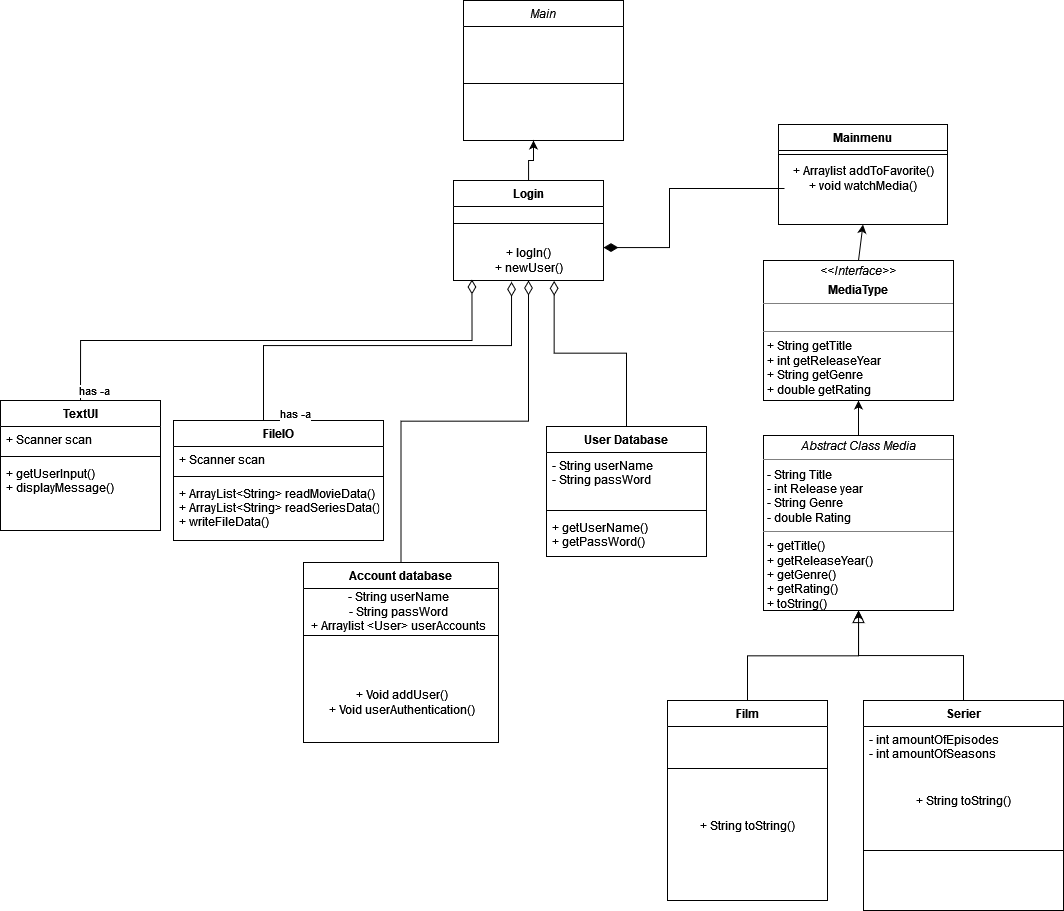
Before: src/Diagrams/Unavngivet diagram.drawio.png, a diagram exported from draw.io (havvand/SP_3). Source tidied: cells renumbered, new cells last; positions are measured from the earlier drawing's top-left corner, leaving out a move shared by most shapes. The source it was exported from:
```xml
<mxGraphModel>
  <root>
    <mxCell id="0" />
    <mxCell id="1" parent="0" />
    <mxCell id="2" value="Main" style="swimlane;fontStyle=2;align=center;verticalAlign=top;horizontal=1;startSize=26;rounded=0;shadow=0;strokeWidth=1;" parent="1" vertex="1">
      <mxGeometry x="463" width="160" height="140" as="geometry" />
    </mxCell>
    <mxCell id="3" style="line;html=1;strokeWidth=1;align=left;verticalAlign=middle;spacingTop=-1;spacingLeft=3;spacingRight=3;labelPosition=right;" parent="2" vertex="1">
      <mxGeometry y="26" width="160" height="114" as="geometry" />
    </mxCell>
    <mxCell id="4" value="Account database" style="swimlane;fontStyle=1;align=center;verticalAlign=top;horizontal=1;startSize=26;rounded=0;shadow=0;strokeWidth=1;" parent="1" vertex="1">
      <mxGeometry x="303" y="562" width="195" height="180" as="geometry" />
    </mxCell>
    <mxCell id="5" style="line;html=1;strokeWidth=1;align=left;verticalAlign=middle;spacingTop=-1;spacingLeft=3;spacingRight=3;labelPosition=right;" parent="4" vertex="1">
      <mxGeometry y="26" width="195" height="94" as="geometry" />
    </mxCell>
    <mxCell id="6" value="+ Void addUser()&lt;div&gt;+ Void userAuthentication()&lt;br&gt;&lt;/div&gt;" style="text;html=1;align=center;verticalAlign=middle;strokeColor=none;fillColor=none;" parent="4" vertex="1">
      <mxGeometry y="120" width="195" height="40" as="geometry" />
    </mxCell>
    <mxCell id="7" style="endArrow=diamondThin;endSize=12;endFill=0;shadow=0;strokeWidth=1;rounded=0;edgeStyle=elbowEdgeStyle;elbow=vertical;entryX=0.5;entryY=1;entryDx=0;entryDy=0;" parent="1" edge="1" source="4" target="17">
      <mxGeometry relative="1" as="geometry" />
    </mxCell>
    <mxCell id="8" value="Film&#10;" style="swimlane;fontStyle=1;align=center;verticalAlign=top;horizontal=1;startSize=26;rounded=0;shadow=0;strokeWidth=1;" parent="1" vertex="1">
      <mxGeometry x="667" y="700" width="160" height="200" as="geometry" />
    </mxCell>
    <mxCell id="9" style="line;html=1;strokeWidth=1;align=left;verticalAlign=middle;spacingTop=-1;spacingLeft=3;spacingRight=3;labelPosition=right;" parent="8" vertex="1">
      <mxGeometry y="26" width="160" height="84" as="geometry" />
    </mxCell>
    <mxCell id="10" value="+ String toString()" style="text;html=1;align=center;verticalAlign=middle;strokeColor=none;fillColor=none;" parent="8" vertex="1">
      <mxGeometry y="110" width="160" height="30" as="geometry" />
    </mxCell>
    <mxCell id="11" style="endArrow=block;endSize=10;endFill=0;shadow=0;strokeWidth=1;rounded=0;edgeStyle=elbowEdgeStyle;elbow=vertical;entryX=0.5;entryY=1;entryDx=0;entryDy=0;" parent="1" edge="1" source="8" target="34">
      <mxGeometry relative="1" as="geometry" />
    </mxCell>
    <mxCell id="12" style="edgeStyle=orthogonalEdgeStyle;rounded=0;jettySize=auto;html=1;" parent="1" edge="1" source="13" target="34">
      <mxGeometry relative="1" as="geometry" />
    </mxCell>
    <mxCell id="13" value="Serier" style="swimlane;fontStyle=1;align=center;verticalAlign=top;horizontal=1;startSize=26;rounded=0;shadow=0;strokeWidth=1;" parent="1" vertex="1">
      <mxGeometry x="863" y="700" width="200" height="210" as="geometry" />
    </mxCell>
    <mxCell id="14" value="- int amountOfEpisodes&#10;- int amountOfSeasons&#10;" style="text;align=left;verticalAlign=top;spacingLeft=4;spacingRight=4;overflow=hidden;" parent="13" vertex="1">
      <mxGeometry y="26" width="200" height="64" as="geometry" />
    </mxCell>
    <mxCell id="15" style="line;html=1;strokeWidth=1;align=left;verticalAlign=middle;spacingTop=-1;spacingLeft=3;spacingRight=3;labelPosition=right;" parent="13" vertex="1">
      <mxGeometry y="90" width="200" height="120" as="geometry" />
    </mxCell>
    <mxCell id="16" style="edgeStyle=orthogonalEdgeStyle;rounded=0;jettySize=auto;html=1;" parent="1" edge="1" source="17">
      <mxGeometry relative="1" as="geometry">
        <mxPoint x="533" y="140" as="targetPoint" />
      </mxGeometry>
    </mxCell>
    <mxCell id="17" value="Login" style="swimlane;fontStyle=1;align=center;verticalAlign=top;horizontal=1;startSize=26;rounded=0;shadow=0;strokeWidth=1;" parent="1" vertex="1">
      <mxGeometry x="453" y="180" width="150" height="100" as="geometry" />
    </mxCell>
    <mxCell id="18" style="line;html=1;strokeWidth=1;align=left;verticalAlign=middle;spacingTop=-1;spacingLeft=3;spacingRight=3;labelPosition=right;" parent="17" vertex="1">
      <mxGeometry y="26" width="150" height="34" as="geometry" />
    </mxCell>
    <mxCell id="19" value="&lt;div&gt;+ logIn()&lt;br&gt;&lt;/div&gt;&lt;div&gt;+ newUser()&lt;/div&gt;" style="text;html=1;align=center;verticalAlign=middle;points=[];strokeColor=none;fillColor=none;" parent="17" vertex="1">
      <mxGeometry y="60" width="150" height="40" as="geometry" />
    </mxCell>
    <mxCell id="20" style="edgeStyle=orthogonalEdgeStyle;rounded=0;orthogonalLoop=1;jettySize=auto;html=1;endArrow=diamondThin;endFill=1;endSize=12;" parent="1" edge="1">
      <mxGeometry relative="1" as="geometry">
        <mxPoint x="784" y="188" as="sourcePoint" />
        <mxPoint x="603" y="247" as="targetPoint" />
        <Array as="points">
          <mxPoint x="669" y="188" />
          <mxPoint x="669" y="247" />
          <mxPoint x="603" y="247" />
        </Array>
      </mxGeometry>
    </mxCell>
    <mxCell id="21" value="Mainmenu" style="swimlane;fontStyle=1;align=center;verticalAlign=top;horizontal=1;startSize=26;rounded=0;shadow=0;strokeWidth=1;" parent="1" vertex="1">
      <mxGeometry x="778" y="124" width="169" height="100" as="geometry" />
    </mxCell>
    <mxCell id="22" style="line;html=1;strokeWidth=1;align=left;verticalAlign=middle;spacingTop=-1;spacingLeft=3;spacingRight=3;labelPosition=right;" parent="21" vertex="1">
      <mxGeometry y="26" width="169" height="8" as="geometry" />
    </mxCell>
    <mxCell id="23" value="&lt;div&gt;+ Arraylist addToFavorite()&lt;/div&gt;&lt;div&gt;+ void watchMedia()&lt;br&gt;&lt;/div&gt;" style="text;html=1;align=center;verticalAlign=middle;strokeColor=none;fillColor=none;" parent="21" vertex="1">
      <mxGeometry y="34" width="169" height="40" as="geometry" />
    </mxCell>
    <mxCell id="24" value="TextUI" style="swimlane;fontStyle=1;align=center;verticalAlign=top;horizontal=1;startSize=26;" parent="1" vertex="1">
      <mxGeometry y="400" width="160" height="130" as="geometry" />
    </mxCell>
    <mxCell id="25" value="+ Scanner scan" style="text;strokeColor=none;fillColor=none;align=left;verticalAlign=top;spacingLeft=4;spacingRight=4;overflow=hidden;" parent="24" vertex="1">
      <mxGeometry y="26" width="160" height="26" as="geometry" />
    </mxCell>
    <mxCell id="26" style="line;strokeWidth=1;fillColor=none;align=left;verticalAlign=middle;spacingTop=-1;spacingLeft=3;spacingRight=3;labelPosition=right;strokeColor=inherit;" parent="24" vertex="1">
      <mxGeometry y="52" width="160" height="8" as="geometry" />
    </mxCell>
    <mxCell id="27" value="+ getUserInput()&#10;+ displayMessage()" style="text;strokeColor=none;fillColor=none;align=left;verticalAlign=top;spacingLeft=4;spacingRight=4;overflow=hidden;" parent="24" vertex="1">
      <mxGeometry y="60" width="160" height="70" as="geometry" />
    </mxCell>
    <mxCell id="28" value="FileIO" style="swimlane;fontStyle=1;align=center;verticalAlign=top;horizontal=1;startSize=26;" parent="1" vertex="1">
      <mxGeometry x="173" y="420" width="210" height="120" as="geometry" />
    </mxCell>
    <mxCell id="29" value="+ Scanner scan" style="text;strokeColor=none;fillColor=none;align=left;verticalAlign=top;spacingLeft=4;spacingRight=4;overflow=hidden;" parent="28" vertex="1">
      <mxGeometry y="26" width="210" height="26" as="geometry" />
    </mxCell>
    <mxCell id="30" style="line;strokeWidth=1;fillColor=none;align=left;verticalAlign=middle;spacingTop=-1;spacingLeft=3;spacingRight=3;labelPosition=right;strokeColor=inherit;" parent="28" vertex="1">
      <mxGeometry y="52" width="210" height="8" as="geometry" />
    </mxCell>
    <mxCell id="31" value="+ ArrayList&lt;String&gt; readMovieData()&#10;+ ArrayList&lt;String&gt; readSeriesData()&#10;+ writeFileData()" style="text;strokeColor=none;fillColor=none;align=left;verticalAlign=top;spacingLeft=4;spacingRight=4;overflow=hidden;" parent="28" vertex="1">
      <mxGeometry y="60" width="210" height="60" as="geometry" />
    </mxCell>
    <mxCell id="32" value="has -a" style="endArrow=diamondThin;html=1;endSize=12;startArrow=none;startSize=14;startFill=0;edgeStyle=orthogonalEdgeStyle;align=left;verticalAlign=bottom;rounded=0;exitX=0.5;exitY=0;exitDx=0;exitDy=0;entryX=0.387;entryY=1.032;entryDx=0;entryDy=0;entryPerimeter=0;endFill=0;" parent="1" edge="1" source="28" target="19">
      <mxGeometry x="-1" y="3" relative="1" as="geometry">
        <Array as="points">
          <mxPoint x="263" y="345" />
          <mxPoint x="511" y="345" />
        </Array>
      </mxGeometry>
    </mxCell>
    <mxCell id="33" style="endArrow=classic;html=1;rounded=0;exitX=0.5;exitY=0;exitDx=0;exitDy=0;entryX=0.5;entryY=1;entryDx=0;entryDy=0;" parent="1" edge="1" source="34" target="36">
      <mxGeometry relative="1" as="geometry" />
    </mxCell>
    <mxCell id="34" value="&lt;p style=&quot;margin:0px;margin-top:4px;text-align:center;&quot;&gt;&lt;i&gt;Abstract Class Media&lt;/i&gt;&lt;/p&gt;&lt;hr size=&quot;1&quot;&gt;&lt;p style=&quot;margin:0px;margin-left:4px;&quot;&gt;- String Title&lt;/p&gt;&lt;p style=&quot;margin:0px;margin-left:4px;&quot;&gt;- int Release year&lt;/p&gt;&lt;p style=&quot;margin:0px;margin-left:4px;&quot;&gt;- String Genre&lt;/p&gt;&lt;p style=&quot;margin:0px;margin-left:4px;&quot;&gt;- double Rating&lt;/p&gt;&lt;hr size=&quot;1&quot;&gt;&lt;p style=&quot;margin:0px;margin-left:4px;&quot;&gt;+ getTitle()&lt;br&gt;+ getReleaseYear()&lt;/p&gt;&lt;p style=&quot;margin:0px;margin-left:4px;&quot;&gt;+ getGenre()&lt;br&gt;&lt;/p&gt;&lt;p style=&quot;margin:0px;margin-left:4px;&quot;&gt;+ getRating()&lt;br&gt;&lt;/p&gt;&lt;p style=&quot;margin:0px;margin-left:4px;&quot;&gt;+ toString()&lt;br&gt;&lt;/p&gt;" style="verticalAlign=top;align=left;overflow=fill;fontSize=12;fontFamily=Helvetica;html=1;" parent="1" vertex="1">
      <mxGeometry x="763" y="435" width="190" height="175" as="geometry" />
    </mxCell>
    <mxCell id="35" value="&lt;div&gt;- String userName&lt;/div&gt;&lt;div&gt;- String passWord&lt;/div&gt;&lt;div&gt;+ Arraylist &amp;lt;User&amp;gt; userAccounts&lt;/div&gt;" style="text;html=1;align=center;verticalAlign=middle;strokeColor=none;fillColor=none;" parent="1" vertex="1">
      <mxGeometry x="298" y="581" width="200" height="60" as="geometry" />
    </mxCell>
    <mxCell id="36" value="&lt;p style=&quot;margin:0px;margin-top:4px;text-align:center;&quot;&gt;&lt;i&gt;&amp;lt;&amp;lt;Interface&amp;gt;&amp;gt;&lt;/i&gt;&lt;/p&gt;&lt;p style=&quot;margin:0px;margin-top:4px;text-align:center;&quot;&gt;&lt;b&gt;MediaType&lt;/b&gt;&lt;br&gt;&lt;/p&gt;&lt;hr size=&quot;1&quot;&gt;&lt;p style=&quot;margin:0px;margin-left:4px;&quot;&gt;&lt;br&gt;&lt;/p&gt;&lt;hr size=&quot;1&quot;&gt;&lt;p style=&quot;margin:0px;margin-left:4px;&quot;&gt;+ String getTitle&lt;/p&gt;&lt;p style=&quot;margin:0px;margin-left:4px;&quot;&gt;+ int getReleaseYear&lt;/p&gt;&lt;p style=&quot;margin:0px;margin-left:4px;&quot;&gt;+ String getGenre&lt;/p&gt;&lt;p style=&quot;margin:0px;margin-left:4px;&quot;&gt;+ double getRating&lt;br&gt;&lt;/p&gt;" style="verticalAlign=top;align=left;overflow=fill;fontSize=12;fontFamily=Helvetica;html=1;" parent="1" vertex="1">
      <mxGeometry x="763" y="260" width="190" height="140" as="geometry" />
    </mxCell>
    <mxCell id="37" value="+ String toString()" style="text;html=1;align=center;verticalAlign=middle;strokeColor=none;fillColor=none;" parent="1" vertex="1">
      <mxGeometry x="903" y="785" width="120" height="30" as="geometry" />
    </mxCell>
    <mxCell id="38" style="endArrow=classic;html=1;rounded=0;entryX=0.5;entryY=1;entryDx=0;entryDy=0;exitX=0.5;exitY=0;exitDx=0;exitDy=0;" parent="1" edge="1" source="36" target="21">
      <mxGeometry relative="1" as="geometry" />
    </mxCell>
    <mxCell id="39" value="has -a" style="endArrow=diamondThin;html=1;endSize=12;startArrow=none;startSize=14;startFill=0;edgeStyle=orthogonalEdgeStyle;align=left;verticalAlign=bottom;rounded=0;exitX=0.5;exitY=0;exitDx=0;exitDy=0;entryX=0.123;entryY=0.975;entryDx=0;entryDy=0;entryPerimeter=0;endFill=0;" parent="1" edge="1" source="24" target="19">
      <mxGeometry x="-1" y="3" relative="1" as="geometry" />
    </mxCell>
    <mxCell id="40" value="User Database" style="swimlane;fontStyle=1;align=center;verticalAlign=top;horizontal=1;startSize=26;" parent="1" vertex="1">
      <mxGeometry x="546" y="426" width="160" height="130" as="geometry" />
    </mxCell>
    <mxCell id="41" value="- String userName&#10;- String passWord" style="text;strokeColor=none;fillColor=none;align=left;verticalAlign=top;spacingLeft=4;spacingRight=4;overflow=hidden;" parent="40" vertex="1">
      <mxGeometry y="26" width="160" height="54" as="geometry" />
    </mxCell>
    <mxCell id="42" style="line;strokeWidth=1;fillColor=none;align=left;verticalAlign=middle;spacingTop=-1;spacingLeft=3;spacingRight=3;labelPosition=right;strokeColor=inherit;" parent="40" vertex="1">
      <mxGeometry y="80" width="160" height="8" as="geometry" />
    </mxCell>
    <mxCell id="43" value="+ getUserName()&#10;+ getPassWord()" style="text;strokeColor=none;fillColor=none;align=left;verticalAlign=top;spacingLeft=4;spacingRight=4;overflow=hidden;" parent="40" vertex="1">
      <mxGeometry y="88" width="160" height="42" as="geometry" />
    </mxCell>
    <mxCell id="44" style="endArrow=diamondThin;endSize=12;endFill=0;shadow=0;strokeWidth=1;rounded=0;edgeStyle=elbowEdgeStyle;elbow=vertical;entryX=0.671;entryY=1.009;entryDx=0;entryDy=0;exitX=0.5;exitY=0;exitDx=0;exitDy=0;entryPerimeter=0;" parent="1" edge="1" source="40" target="19">
      <mxGeometry relative="1" as="geometry" />
    </mxCell>
  </root>
</mxGraphModel>
```
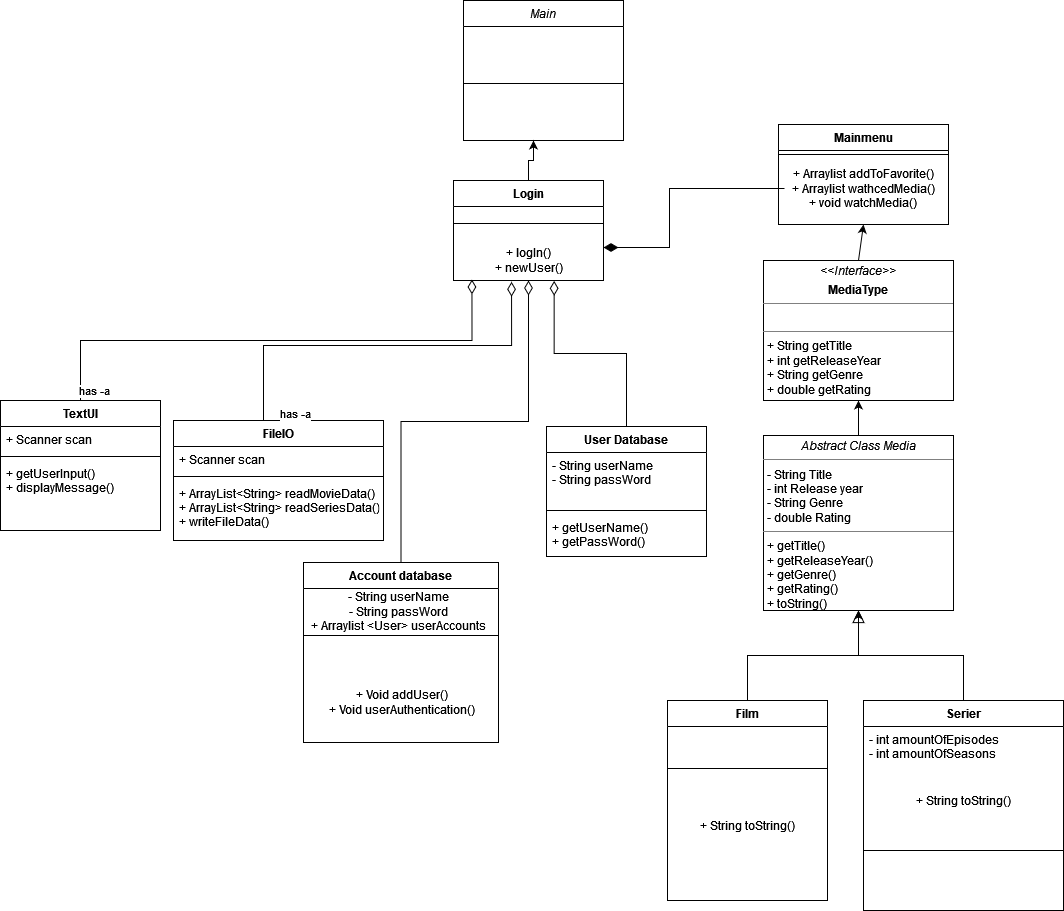
After the commit.

What changed in the source:
```diff
@@ -70,13 +70,13 @@
       </mxGeometry>
     </mxCell>
     <mxCell id="21" value="Mainmenu" style="swimlane;fontStyle=1;align=center;verticalAlign=top;horizontal=1;startSize=26;rounded=0;shadow=0;strokeWidth=1;" parent="1" vertex="1">
-      <mxGeometry x="778" y="124" width="169" height="100" as="geometry" />
+      <mxGeometry x="778" y="124" width="170" height="100" as="geometry" />
     </mxCell>
     <mxCell id="22" style="line;html=1;strokeWidth=1;align=left;verticalAlign=middle;spacingTop=-1;spacingLeft=3;spacingRight=3;labelPosition=right;" parent="21" vertex="1">
-      <mxGeometry y="26" width="169" height="8" as="geometry" />
+      <mxGeometry y="26" width="170" height="8" as="geometry" />
     </mxCell>
-    <mxCell id="23" value="&lt;div&gt;+ Arraylist addToFavorite()&lt;/div&gt;&lt;div&gt;+ void watchMedia()&lt;br&gt;&lt;/div&gt;" style="text;html=1;align=center;verticalAlign=middle;strokeColor=none;fillColor=none;" parent="21" vertex="1">
-      <mxGeometry y="34" width="169" height="40" as="geometry" />
+    <mxCell id="23" value="&lt;div&gt;+ Arraylist addToFavorite()&lt;/div&gt;&lt;div&gt;+ Arraylist wathcedMedia()&lt;br&gt;&lt;/div&gt;&lt;div&gt;+ void watchMedia()&lt;br&gt;&lt;/div&gt;" style="text;html=1;align=center;verticalAlign=middle;strokeColor=none;fillColor=none;" parent="21" vertex="1">
+      <mxGeometry y="34" width="170" height="60" as="geometry" />
     </mxCell>
     <mxCell id="24" value="TextUI" style="swimlane;fontStyle=1;align=center;verticalAlign=top;horizontal=1;startSize=26;" parent="1" vertex="1">
       <mxGeometry y="400" width="160" height="130" as="geometry" />
```
